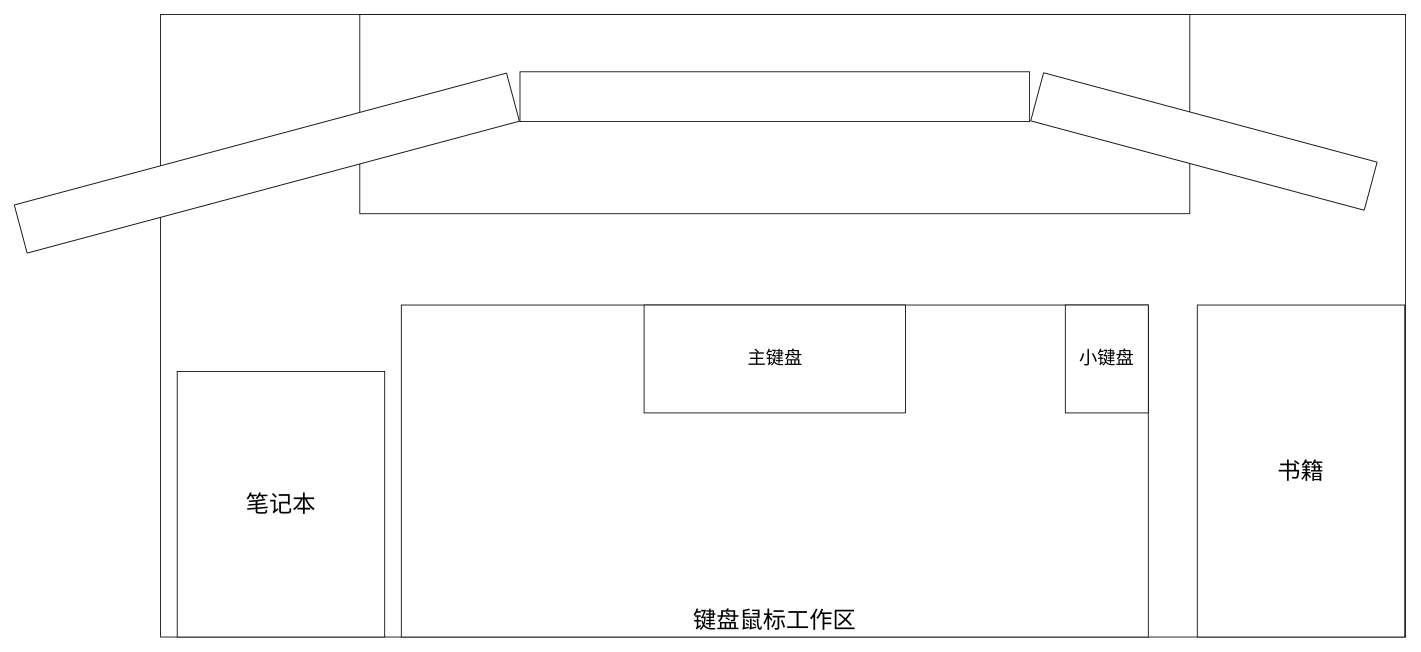
The draw.io diagram 桌面.drawio in RekiDunois/ImagineThings, before the edit. Source tidied: cells renumbered, new cells numbered last; positions are measured from the earlier drawing's top-left corner, leaving out a move shared by most shapes. Both pictures are drawn from the tidied source at 83%, with x=0, y=0 at pixel (12, 14).
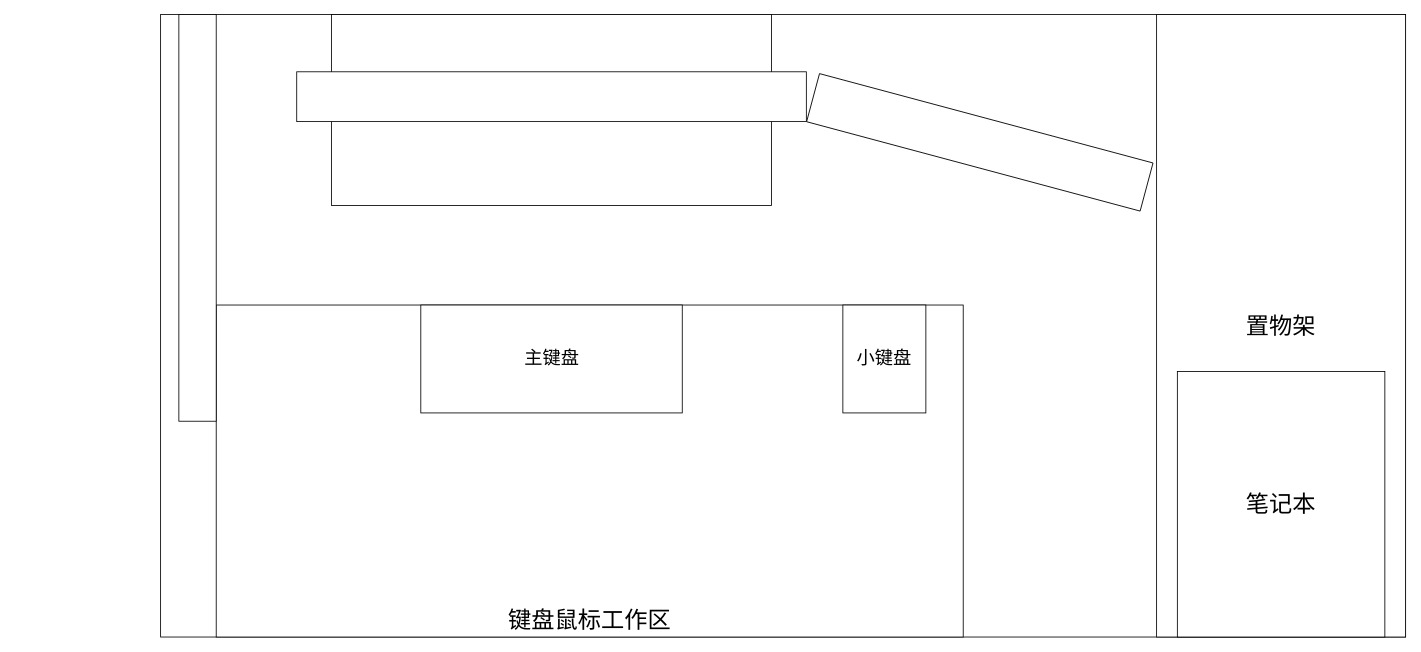
The same diagram, later.

Diff of the diagram source:
```diff
@@
 <mxGraphModel>
   <root>
     <mxCell id="0" />
     <mxCell id="1" parent="0" />
     <mxCell id="2" style="rounded=0;whiteSpace=wrap;html=1;" parent="1" vertex="1">
       <mxGeometry x="179" width="1500" height="750" as="geometry" />
     </mxCell>
     <mxCell id="3" style="rounded=0;whiteSpace=wrap;html=1;" parent="1" vertex="1">
-      <mxGeometry x="419" width="1000" height="240" as="geometry" />
+      <mxGeometry x="385" width="530" height="230" as="geometry" />
     </mxCell>
     <mxCell id="4" style="rounded=0;whiteSpace=wrap;html=1;" parent="1" vertex="1">
-      <mxGeometry x="612" y="69" width="614" height="60" as="geometry" />
+      <mxGeometry x="343" y="69" width="614" height="60" as="geometry" />
     </mxCell>
-    <mxCell id="5" style="rounded=0;whiteSpace=wrap;html=1;rotation=-15;" parent="1" vertex="1">
-      <mxGeometry y="149" width="614" height="60" as="geometry" />
-    </mxCell>
     <mxCell id="6" style="rounded=0;whiteSpace=wrap;html=1;rotation=15;" parent="1" vertex="1">
-      <mxGeometry x="1228" y="123" width="416" height="60" as="geometry" />
+      <mxGeometry x="958" y="124" width="416" height="60" as="geometry" />
     </mxCell>
     <mxCell id="7" value="键盘鼠标工作区" style="rounded=0;whiteSpace=wrap;html=1;fontSize=28;verticalAlign=bottom;" parent="1" vertex="1">
-      <mxGeometry x="469" y="350" width="900" height="400" as="geometry" />
+      <mxGeometry x="246" y="350" width="900" height="400" as="geometry" />
     </mxCell>
-    <mxCell id="8" value="书籍" style="rounded=0;whiteSpace=wrap;html=1;fontSize=28;" parent="1" vertex="1">
-      <mxGeometry x="1428" y="350" width="250" height="400" as="geometry" />
+    <mxCell id="8" value="置物架" style="rounded=0;whiteSpace=wrap;html=1;fontSize=28;" parent="1" vertex="1">
+      <mxGeometry x="1379" width="300" height="750" as="geometry" />
     </mxCell>
     <mxCell id="9" value="笔记本" style="rounded=0;whiteSpace=wrap;html=1;fontSize=28;" parent="1" vertex="1">
-      <mxGeometry x="199" y="430" width="250" height="320" as="geometry" />
+      <mxGeometry x="1404" y="430" width="250" height="320" as="geometry" />
     </mxCell>
     <mxCell id="10" value="主键盘" style="rounded=0;whiteSpace=wrap;html=1;verticalAlign=middle;fontSize=22;" parent="1" vertex="1">
-      <mxGeometry x="761.5" y="350" width="315" height="130" as="geometry" />
+      <mxGeometry x="492.5" y="350" width="315" height="130" as="geometry" />
     </mxCell>
     <mxCell id="11" value="小键盘" style="rounded=0;whiteSpace=wrap;html=1;verticalAlign=middle;fontSize=22;" parent="1" vertex="1">
-      <mxGeometry x="1269" y="350" width="100" height="130" as="geometry" />
+      <mxGeometry x="1001" y="350" width="100" height="130" as="geometry" />
     </mxCell>
+    <mxCell id="12" style="rounded=0;whiteSpace=wrap;html=1;" parent="1" vertex="1">
+      <mxGeometry x="201" width="45" height="490" as="geometry" />
+    </mxCell>
   </root>
 </mxGraphModel>
```
